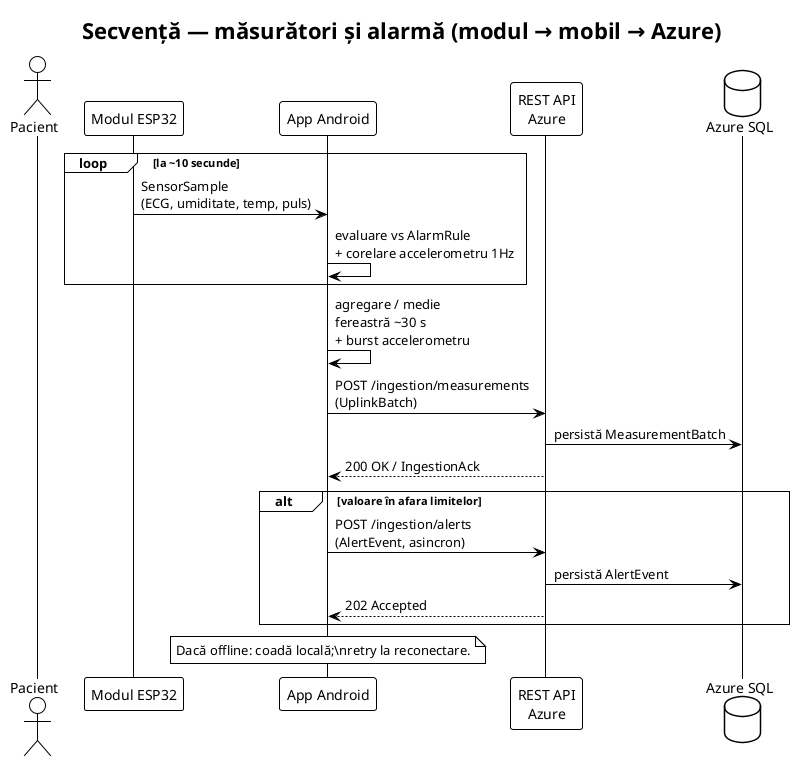
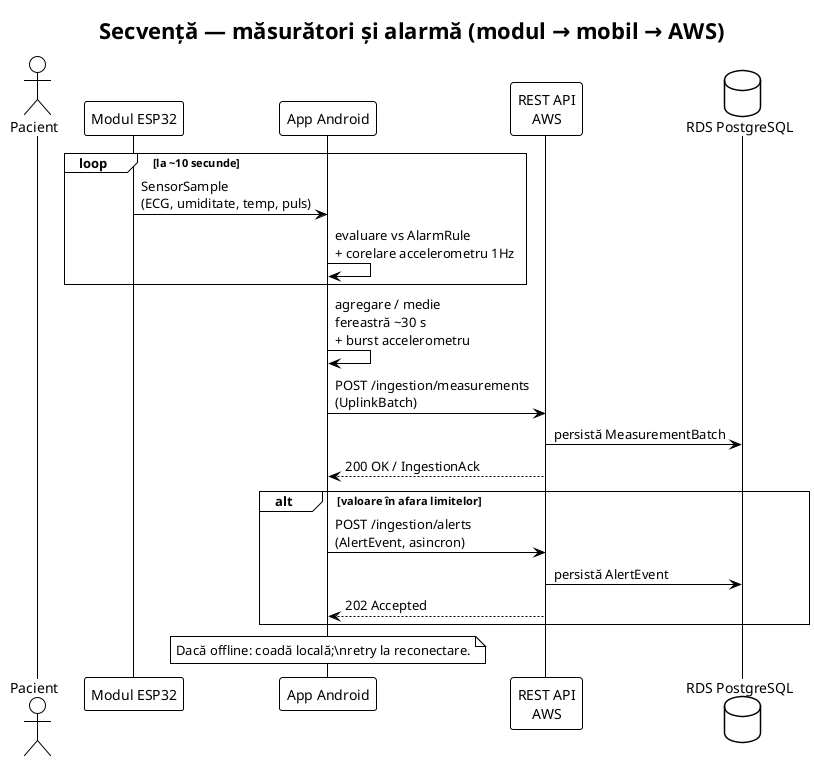
@startuml sequence-measurement-sync
!theme plain
- title Secvență — măsurători și alarmă (modul → mobil → Azure)
+ title Secvență — măsurători și alarmă (modul → mobil → AWS)

actor Pacient
participant "Modul ESP32" as ESP
participant "App Android" as APP
- participant "REST API\nAzure" as API
- database "Azure SQL" as DB
+ participant "REST API\nAWS" as API
+ database "RDS PostgreSQL" as DB

loop la ~10 secunde
  ESP -> APP : SensorSample\n(ECG, umiditate, temp, puls)
  APP -> APP : evaluare vs AlarmRule\n+ corelare accelerometru 1Hz
end

APP -> APP : agregare / medie\nfereastră ~30 s\n+ burst accelerometru

APP -> API : POST /ingestion/measurements\n(UplinkBatch)
API -> DB : persistă MeasurementBatch
API --> APP : 200 OK / IngestionAck

alt valoare în afara limitelor
  APP -> API : POST /ingestion/alerts\n(AlertEvent, asincron)
  API -> DB : persistă AlertEvent
  API --> APP : 202 Accepted
end

note over APP
  Dacă offline: coadă locală;\nretry la reconectare.
end note

@enduml
